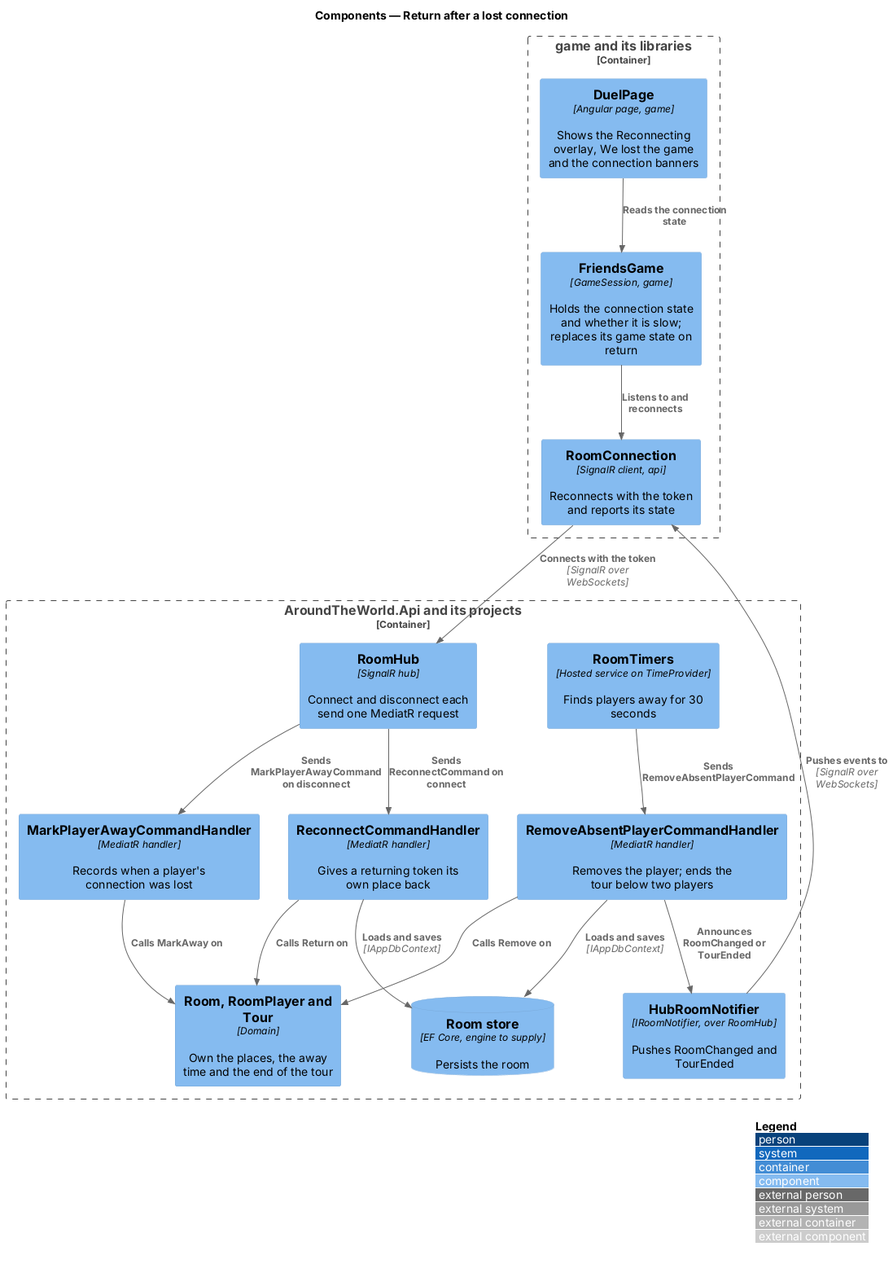
This is docs/detailed-designs/rooms/return-after-lost-connection/diagrams/c4-component.png from QuinntyneBrown/around-the-world, a PlantUML export, as it was before one commit. Its source is kept beside it as docs/detailed-designs/rooms/return-after-lost-connection/diagrams/c4-component.puml.
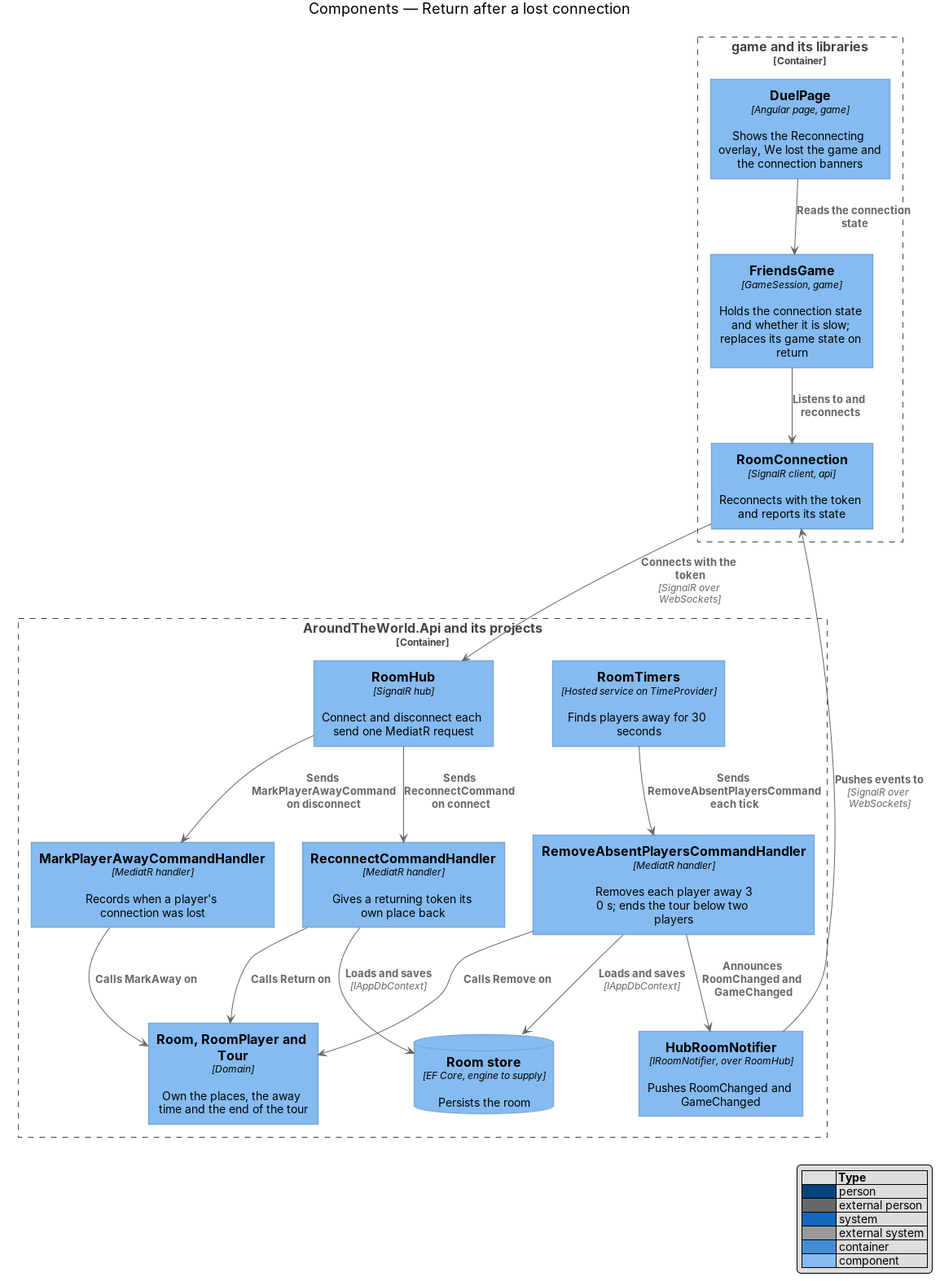
Above is the later version.

The edit, as a diff of the source:
```diff
@@ -13,9 +13,9 @@
   Component(timers, "RoomTimers", "Hosted service on TimeProvider", "Finds players away for 30 seconds")
   Component(away, "MarkPlayerAwayCommandHandler", "MediatR handler", "Records when a player's connection was lost")
   Component(reconnect, "ReconnectCommandHandler", "MediatR handler", "Gives a returning token its own place back")
-  Component(remove, "RemoveAbsentPlayerCommandHandler", "MediatR handler", "Removes the player; ends the tour below two players")
+  Component(remove, "RemoveAbsentPlayersCommandHandler", "MediatR handler", "Removes each player away 30 s; ends the tour below two players")
   Component(room, "Room, RoomPlayer and Tour", "Domain", "Own the places, the away time and the end of the tour")
-  Component(notifier, "HubRoomNotifier", "IRoomNotifier, over RoomHub", "Pushes RoomChanged and TourEnded")
+  Component(notifier, "HubRoomNotifier", "IRoomNotifier, over RoomHub", "Pushes RoomChanged and GameChanged")
   ComponentDb(store, "Room store", "EF Core, engine to supply", "Persists the room")
 }
 Rel(page, session, "Reads the connection state")
@@ -23,12 +23,12 @@
 Rel(conn, hub, "Connects with the token", "SignalR over WebSockets")
 Rel(hub, away, "Sends MarkPlayerAwayCommand on disconnect")
 Rel(hub, reconnect, "Sends ReconnectCommand on connect")
-Rel(timers, remove, "Sends RemoveAbsentPlayerCommand")
+Rel(timers, remove, "Sends RemoveAbsentPlayersCommand each tick")
 Rel(away, room, "Calls MarkAway on")
 Rel(reconnect, room, "Calls Return on")
 Rel(remove, room, "Calls Remove on")
 Rel(reconnect, store, "Loads and saves", "IAppDbContext")
 Rel(remove, store, "Loads and saves", "IAppDbContext")
-Rel(remove, notifier, "Announces RoomChanged or TourEnded")
+Rel(remove, notifier, "Announces RoomChanged and GameChanged")
 Rel(notifier, conn, "Pushes events to", "SignalR over WebSockets")
 @enduml
```
